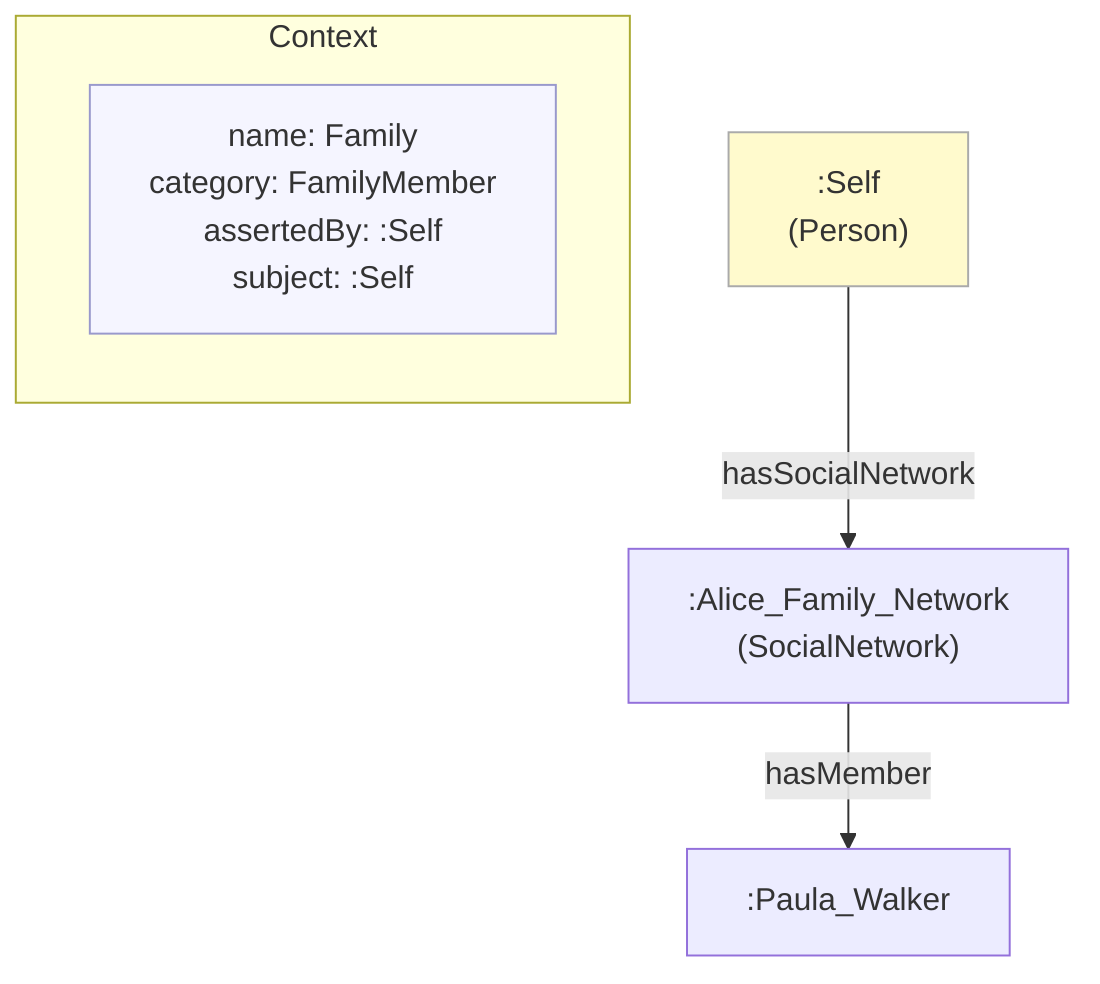
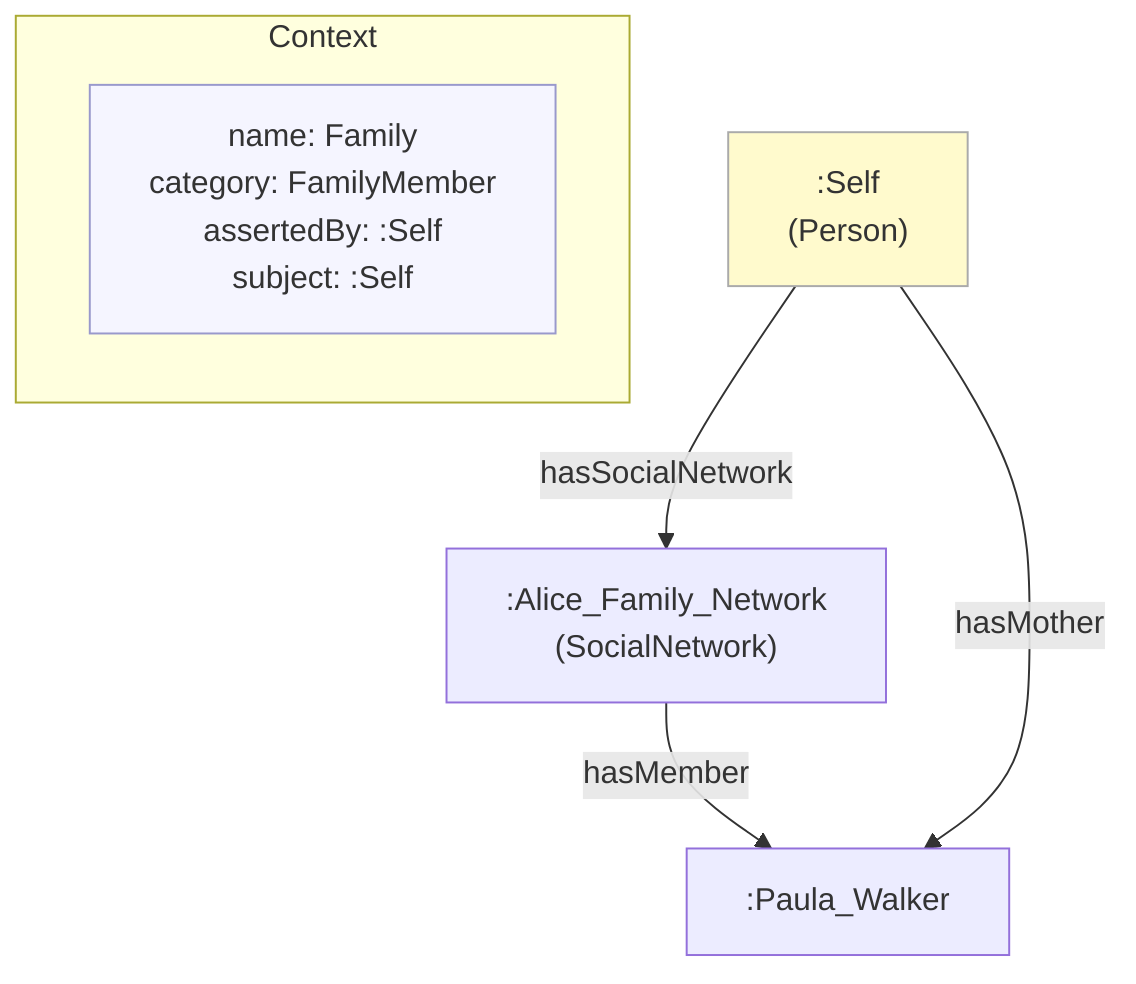
%% ContextCategory: context:FamilyMember
flowchart TD
    classDef person fill:#fffacd,stroke:#aaa,color:#333
    classDef grp    fill:#d4edda,stroke:#aaa,color:#333
    classDef org    fill:#cce5ff,stroke:#aaa,color:#333
    classDef lit    fill:none,stroke:none,font-style:italic,color:#2a7a2a
    classDef meta   fill:#f5f5ff,stroke:#9999cc,color:#333

    subgraph ctx["Context"]
        direction LR
        ctx_meta["name: Family\ncategory: FamilyMember\nassertedBy: :Self\nsubject: :Self"]:::meta
    end

    n29ddd4160a4b[":Alice_Family_Network\n(SocialNetwork)"]
    nb654756d5ced[":Paula_Walker"]
    ne0c3ba92f1db[":Self\n(Person)"]:::person

    n29ddd4160a4b -->|"hasMember"| nb654756d5ced
+     ne0c3ba92f1db -->|"hasMother"| nb654756d5ced
    ne0c3ba92f1db -->|"hasSocialNetwork"| n29ddd4160a4b
